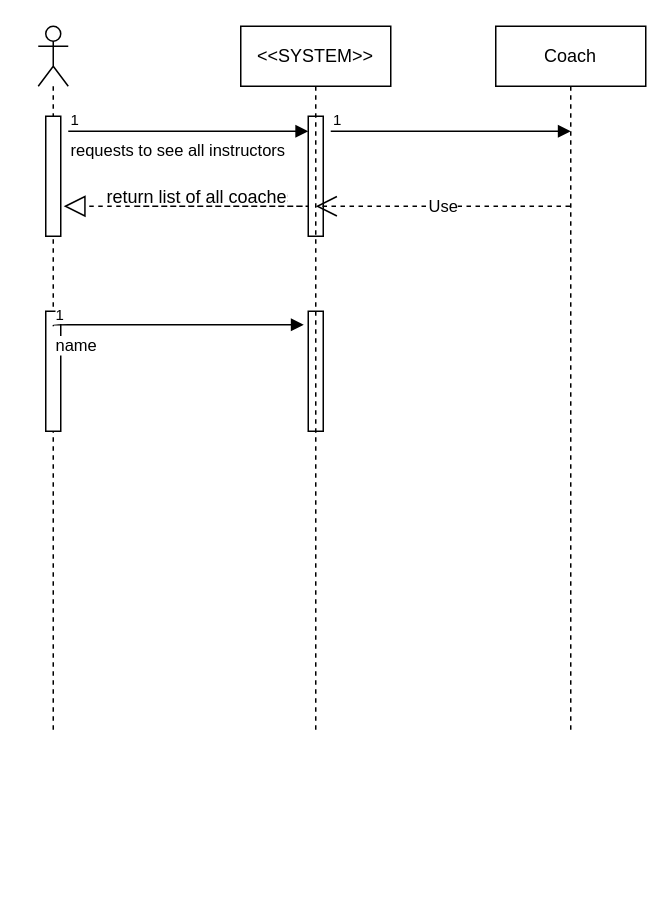
This is Behavioral Modeling/findCoachSequenceDiagram.drawio from mmohajer9/sama-online-coaching-system, a draw.io file, before an edit. Source tidied: cells renumbered, new cells numbered last; positions are measured from the earlier drawing's top-left corner, leaving out a move shared by most shapes. Both pictures are drawn from the tidied source at 150%, with x=0, y=0 at pixel (38, 26).
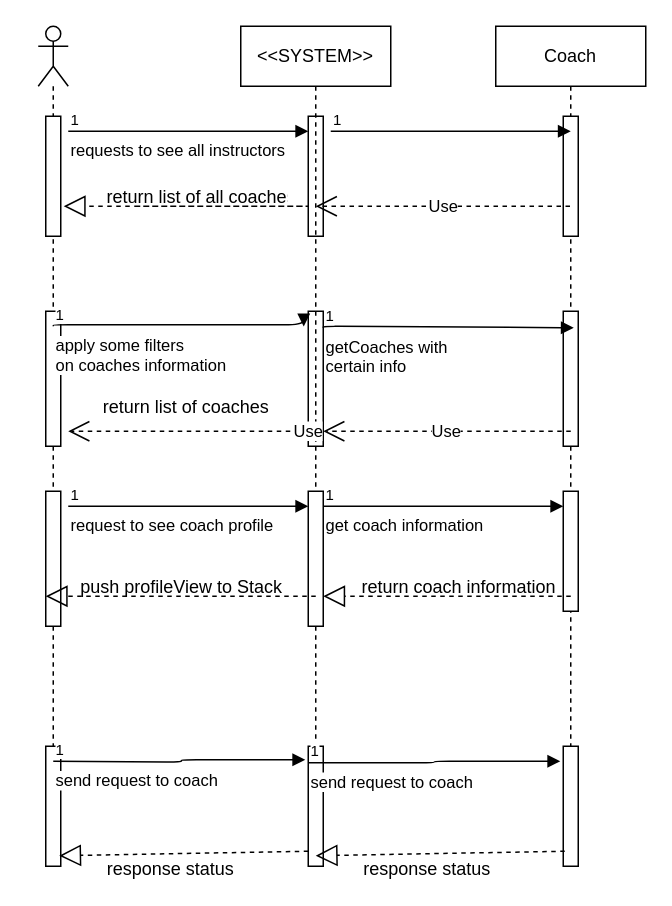
After the change.

The edit, as a diff of the source:
```diff
@@
     <mxCell id="2" style="shape=umlLifeline;participant=umlActor;perimeter=lifelinePerimeter;whiteSpace=wrap;html=1;verticalAlign=top;spacingTop=36;labelBackgroundColor=#ffffff;" parent="1" vertex="1">
-      <mxGeometry width="20" height="470" as="geometry" />
+      <mxGeometry width="20" height="560" as="geometry" />
     </mxCell>
@@
+    <mxCell id="18" style="html=1;perimeter=orthogonalPerimeter;" parent="2" vertex="1">
+      <mxGeometry x="5" y="310" width="10" height="90" as="geometry" />
+    </mxCell>
+    <mxCell id="19" style="html=1;perimeter=orthogonalPerimeter;" parent="2" vertex="1">
+      <mxGeometry x="5" y="480" width="10" height="80" as="geometry" />
+    </mxCell>
+    <mxCell id="20" value="send request to coach" style="endArrow=block;endFill=1;html=1;edgeStyle=orthogonalEdgeStyle;align=left;verticalAlign=top;entryX=-0.2;entryY=0.113;entryDx=0;entryDy=0;entryPerimeter=0;" parent="2" edge="1" target="25">
+      <mxGeometry x="-1" relative="1" as="geometry">
+        <mxPoint x="10" y="490" as="sourcePoint" />
+      </mxGeometry>
+    </mxCell>
+    <mxCell id="21" value="1" style="html=1;align=left;verticalAlign=bottom;labelBackgroundColor=#ffffff;fontSize=10;" parent="20" vertex="1">
+      <mxGeometry x="-1" relative="1" as="geometry" />
+    </mxCell>
@@
     <mxCell id="7" style="html=1;perimeter=orthogonalPerimeter;" parent="1" vertex="1">
-      <mxGeometry x="5" y="190" width="10" height="80" as="geometry" />
+      <mxGeometry x="5" y="190" width="10" height="90" as="geometry" />
     </mxCell>
     <mxCell id="8" style="html=1;points=[];perimeter=orthogonalPerimeter;" parent="1" vertex="1">
-      <mxGeometry x="180" y="190" width="10" height="80" as="geometry" />
+      <mxGeometry x="180" y="190" width="10" height="90" as="geometry" />
     </mxCell>
@@
-    <mxCell id="11" value="name" style="endArrow=block;endFill=1;html=1;edgeStyle=orthogonalEdgeStyle;align=left;verticalAlign=top;entryX=-0.3;entryY=0.113;entryDx=0;entryDy=0;entryPerimeter=0;" parent="1" edge="1" target="8">
+    <mxCell id="11" value="apply some filters &lt;br&gt;on coaches information&amp;nbsp;" style="endArrow=block;endFill=1;html=1;edgeStyle=orthogonalEdgeStyle;align=left;verticalAlign=top;entryX=-0.3;entryY=0.113;entryDx=0;entryDy=0;entryPerimeter=0;" parent="1" edge="1" target="8">
       <mxGeometry x="-1" relative="1" as="geometry">
         <mxPoint x="10" y="200" as="sourcePoint" />
         <Array as="points">
           <mxPoint x="10" y="199" />
         </Array>
       </mxGeometry>
     </mxCell>
@@
     <mxCell id="13" value="&amp;lt;&amp;lt;SYSTEM&amp;gt;&amp;gt;" style="shape=umlLifeline;perimeter=lifelinePerimeter;whiteSpace=wrap;html=1;" parent="1" vertex="1">
-      <mxGeometry x="135" width="100" height="470" as="geometry" />
+      <mxGeometry x="135" width="100" height="560" as="geometry" />
     </mxCell>
+    <mxCell id="22" style="html=1;points=[];perimeter=orthogonalPerimeter;" parent="13" vertex="1">
+      <mxGeometry x="45" y="310" width="10" height="90" as="geometry" />
+    </mxCell>
+    <mxCell id="23" value="get coach information" style="endArrow=block;endFill=1;html=1;edgeStyle=orthogonalEdgeStyle;align=left;verticalAlign=top;" parent="13" edge="1">
+      <mxGeometry x="-1" relative="1" as="geometry">
+        <mxPoint x="55" y="320" as="sourcePoint" />
+        <mxPoint x="215" y="320" as="targetPoint" />
+      </mxGeometry>
+    </mxCell>
+    <mxCell id="24" value="1" style="html=1;align=left;verticalAlign=bottom;labelBackgroundColor=#ffffff;fontSize=10;" parent="23" vertex="1">
+      <mxGeometry x="-1" relative="1" as="geometry" />
+    </mxCell>
+    <mxCell id="25" style="html=1;points=[];perimeter=orthogonalPerimeter;" parent="13" vertex="1">
+      <mxGeometry x="45" y="480" width="10" height="80" as="geometry" />
+    </mxCell>
     <mxCell id="14" value="Coach" style="shape=umlLifeline;perimeter=lifelinePerimeter;whiteSpace=wrap;html=1;outlineConnect=0;" parent="1" vertex="1">
-      <mxGeometry x="305" width="100" height="470" as="geometry" />
+      <mxGeometry x="305" width="100" height="560" as="geometry" />
     </mxCell>
+    <mxCell id="26" style="html=1;perimeter=orthogonalPerimeter;" parent="14" vertex="1">
+      <mxGeometry x="45" y="60" width="10" height="80" as="geometry" />
+    </mxCell>
+    <mxCell id="27" style="html=1;perimeter=orthogonalPerimeter;" parent="14" vertex="1">
+      <mxGeometry x="45" y="190" width="10" height="90" as="geometry" />
+    </mxCell>
+    <mxCell id="28" style="html=1;perimeter=orthogonalPerimeter;" parent="14" vertex="1">
+      <mxGeometry x="45" y="310" width="10" height="80" as="geometry" />
+    </mxCell>
+    <mxCell id="29" style="html=1;perimeter=orthogonalPerimeter;" parent="14" vertex="1">
+      <mxGeometry x="45" y="480" width="10" height="80" as="geometry" />
+    </mxCell>
@@
+    <mxCell id="30" value="getCoaches with &lt;br&gt;certain info" style="endArrow=block;endFill=1;html=1;edgeStyle=orthogonalEdgeStyle;align=left;verticalAlign=top;entryX=-0.3;entryY=0.113;entryDx=0;entryDy=0;entryPerimeter=0;" parent="1" edge="1">
+      <mxGeometry x="-0.99" y="-1" relative="1" as="geometry">
+        <mxPoint x="190" y="201" as="sourcePoint" />
+        <mxPoint x="357" y="201" as="targetPoint" />
+        <Array as="points">
+          <mxPoint x="190" y="200" />
+        </Array>
+      </mxGeometry>
+    </mxCell>
+    <mxCell id="31" value="1" style="html=1;align=left;verticalAlign=bottom;labelBackgroundColor=#ffffff;fontSize=10;" parent="30" vertex="1">
+      <mxGeometry x="-1" relative="1" as="geometry" />
+    </mxCell>
+    <mxCell id="32" value="Use" style="endArrow=open;endSize=12;dashed=1;html=1;" parent="1" edge="1">
+      <mxGeometry relative="1" as="geometry">
+        <mxPoint x="355" y="270" as="sourcePoint" />
+        <mxPoint x="190" y="270" as="targetPoint" />
+        <Array as="points">
+          <mxPoint x="265" y="270" />
+        </Array>
+      </mxGeometry>
+    </mxCell>
+    <mxCell id="33" value="Use" style="endArrow=open;endSize=12;dashed=1;html=1;" parent="1" edge="1">
+      <mxGeometry x="-1" relative="1" as="geometry">
+        <mxPoint x="180" y="270" as="sourcePoint" />
+        <mxPoint x="20" y="270" as="targetPoint" />
+      </mxGeometry>
+    </mxCell>
+    <mxCell id="34" value="return list of coaches" style="text;strokeColor=none;fillColor=none;align=left;verticalAlign=top;spacingLeft=4;spacingRight=4;overflow=hidden;" parent="1" vertex="1">
+      <mxGeometry x="37.5" y="240" width="120" height="26" as="geometry" />
+    </mxCell>
+    <mxCell id="35" value="request to see coach profile" style="endArrow=block;endFill=1;html=1;edgeStyle=orthogonalEdgeStyle;align=left;verticalAlign=top;" parent="1" edge="1">
+      <mxGeometry x="-1" relative="1" as="geometry">
+        <mxPoint x="20" y="320" as="sourcePoint" />
+        <mxPoint x="180" y="320" as="targetPoint" />
+      </mxGeometry>
+    </mxCell>
+    <mxCell id="36" value="1" style="html=1;align=left;verticalAlign=bottom;labelBackgroundColor=#ffffff;fontSize=10;" parent="35" vertex="1">
+      <mxGeometry x="-1" relative="1" as="geometry" />
+    </mxCell>
+    <mxCell id="37" style="endArrow=block;dashed=1;endFill=0;endSize=12;html=1;entryX=1;entryY=0.778;entryDx=0;entryDy=0;entryPerimeter=0;" parent="1" edge="1" target="22">
+      <mxGeometry relative="1" as="geometry">
+        <mxPoint x="355" y="380" as="sourcePoint" />
+      </mxGeometry>
+    </mxCell>
+    <mxCell id="38" value="return coach information" style="text;strokeColor=none;fillColor=none;align=left;verticalAlign=top;spacingLeft=4;spacingRight=4;overflow=hidden;" parent="1" vertex="1">
+      <mxGeometry x="210" y="360" width="145" height="26" as="geometry" />
+    </mxCell>
+    <mxCell id="39" style="endArrow=block;dashed=1;endFill=0;endSize=12;html=1;" parent="1" edge="1">
+      <mxGeometry relative="1" as="geometry">
+        <mxPoint x="185" y="380" as="sourcePoint" />
+        <mxPoint x="5" y="380" as="targetPoint" />
+      </mxGeometry>
+    </mxCell>
+    <mxCell id="40" value="push profileView to Stack" style="text;strokeColor=none;fillColor=none;align=left;verticalAlign=top;spacingLeft=4;spacingRight=4;overflow=hidden;" parent="1" vertex="1">
+      <mxGeometry x="22.5" y="360" width="150" height="26" as="geometry" />
+    </mxCell>
+    <mxCell id="41" value="send request to coach" style="endArrow=block;endFill=1;html=1;edgeStyle=orthogonalEdgeStyle;align=left;verticalAlign=top;entryX=-0.2;entryY=0.113;entryDx=0;entryDy=0;entryPerimeter=0;" parent="1" edge="1">
+      <mxGeometry x="-1" relative="1" as="geometry">
+        <mxPoint x="180" y="491" as="sourcePoint" />
+        <mxPoint x="348" y="490" as="targetPoint" />
+        <Array as="points">
+          <mxPoint x="264" y="491" />
+          <mxPoint x="264" y="490" />
+        </Array>
+      </mxGeometry>
+    </mxCell>
+    <mxCell id="42" value="1" style="html=1;align=left;verticalAlign=bottom;labelBackgroundColor=#ffffff;fontSize=10;" parent="41" vertex="1">
+      <mxGeometry x="-1" relative="1" as="geometry" />
+    </mxCell>
+    <mxCell id="43" style="endArrow=block;dashed=1;endFill=0;endSize=12;html=1;entryX=0.9;entryY=0.913;entryDx=0;entryDy=0;entryPerimeter=0;" parent="1" edge="1">
+      <mxGeometry relative="1" as="geometry">
+        <mxPoint x="180" y="550" as="sourcePoint" />
+        <mxPoint x="14" y="553" as="targetPoint" />
+      </mxGeometry>
+    </mxCell>
+    <mxCell id="44" value="response status" style="text;html=1;align=center;verticalAlign=middle;labelBackgroundColor=#ffffff;" parent="43" vertex="1">
+      <mxGeometry x="0.33" y="5" relative="1" as="geometry">
+        <mxPoint x="17.5" y="5" as="offset" />
+      </mxGeometry>
+    </mxCell>
+    <mxCell id="45" style="endArrow=block;dashed=1;endFill=0;endSize=12;html=1;entryX=0.9;entryY=0.913;entryDx=0;entryDy=0;entryPerimeter=0;" parent="1" edge="1">
+      <mxGeometry relative="1" as="geometry">
+        <mxPoint x="351" y="550" as="sourcePoint" />
+        <mxPoint x="185" y="553" as="targetPoint" />
+      </mxGeometry>
+    </mxCell>
+    <mxCell id="46" value="response status" style="text;html=1;align=center;verticalAlign=middle;labelBackgroundColor=#ffffff;" parent="45" vertex="1">
+      <mxGeometry x="0.33" y="5" relative="1" as="geometry">
+        <mxPoint x="17.5" y="5" as="offset" />
+      </mxGeometry>
+    </mxCell>
```
